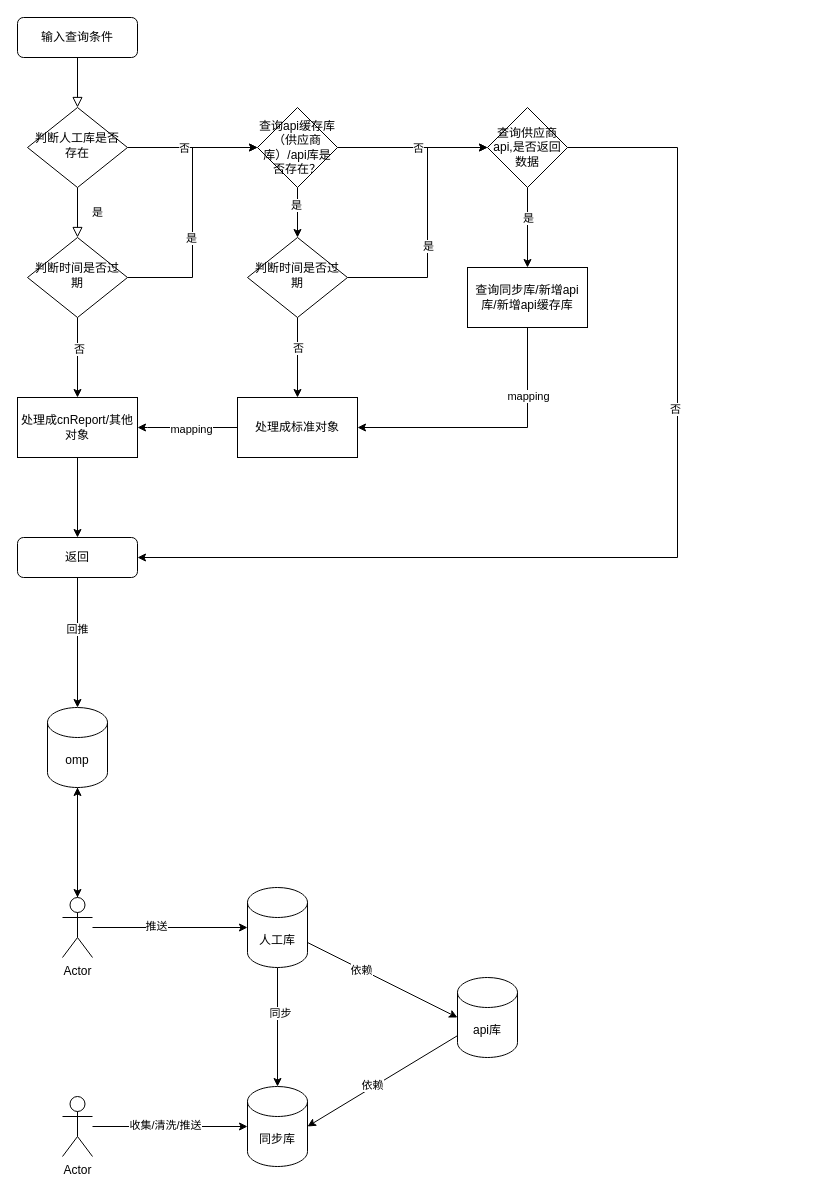
Above: 流程图/大数据.drawio in lq460541033/draw_dev (draw.io), before the change. Source tidied: cells renumbered, new cells numbered last; positions are measured from the earlier drawing's top-left corner, leaving out a move shared by most shapes. Both pictures are drawn from the tidied source at 100%, with x=0, y=0 at pixel (17, 17).
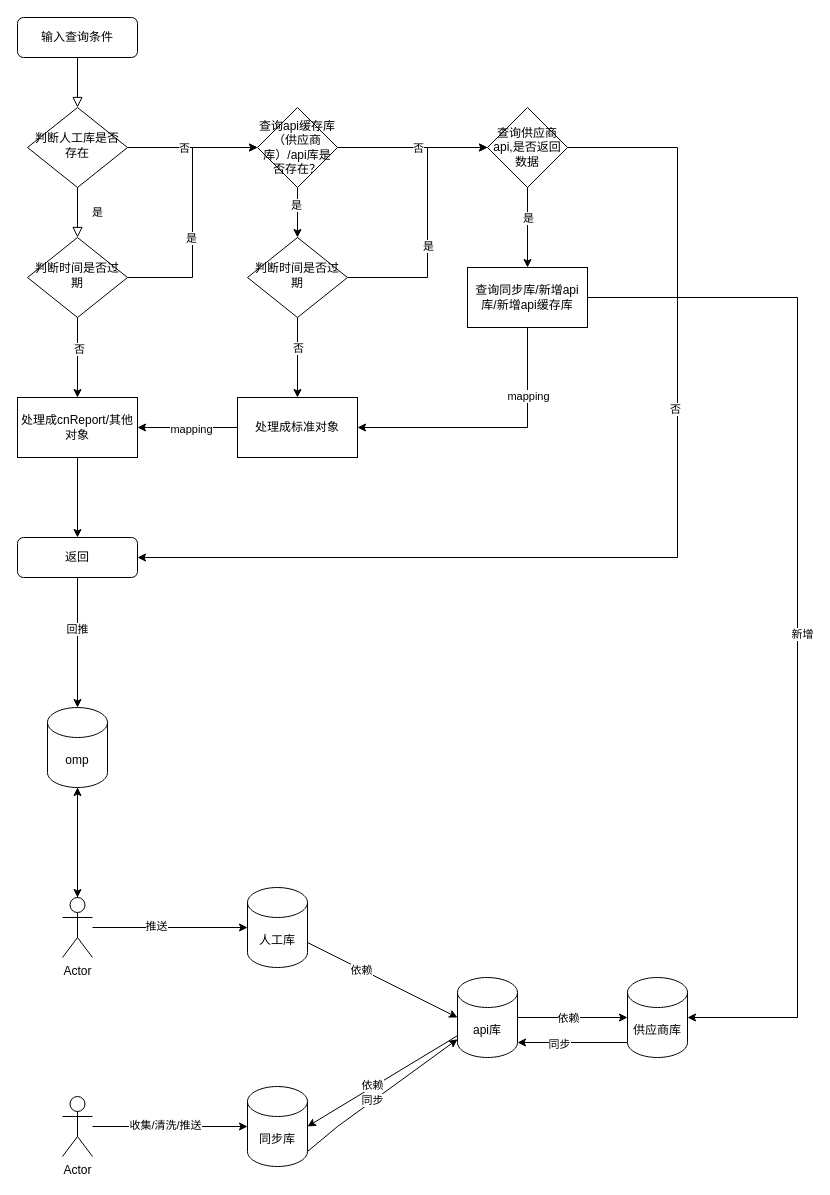
The same page after the edit.

Unchanged cells that the change refers to:
```xml
<mxCell id="38" value="&lt;span&gt;查询同步库/新增api库/新增api缓存库&lt;/span&gt;" style="rounded=0;whiteSpace=wrap;html=1;" parent="1" vertex="1">
  <mxGeometry x="450" y="250" width="120" height="60" as="geometry" />
</mxCell>
<mxCell id="49" value="人工库" style="shape=cylinder3;whiteSpace=wrap;html=1;boundedLbl=1;backgroundOutline=1;size=15;" parent="1" vertex="1">
  <mxGeometry x="230" y="870" width="60" height="80" as="geometry" />
</mxCell>
<mxCell id="52" value="api库" style="shape=cylinder3;whiteSpace=wrap;html=1;boundedLbl=1;backgroundOutline=1;size=15;" parent="1" vertex="1">
  <mxGeometry x="440" y="960" width="60" height="80" as="geometry" />
</mxCell>
<mxCell id="53" value="同步库" style="shape=cylinder3;whiteSpace=wrap;html=1;boundedLbl=1;backgroundOutline=1;size=15;" parent="1" vertex="1">
  <mxGeometry x="230" y="1069" width="60" height="80" as="geometry" />
</mxCell>
```

Diff of the diagram source:
```diff
@@
+    <mxCell id="57" style="edgeStyle=orthogonalEdgeStyle;rounded=0;jettySize=auto;html=1;entryX=1;entryY=0.5;entryDx=0;entryDy=0;entryPerimeter=0;" parent="1" edge="1" source="38" target="65">
+      <mxGeometry relative="1" as="geometry">
+        <Array as="points">
+          <mxPoint x="780" y="280" />
+          <mxPoint x="780" y="1000" />
+        </Array>
+      </mxGeometry>
+    </mxCell>
+    <mxCell id="58" value="新增" style="edgeLabel;html=1;align=center;verticalAlign=middle;" parent="57" vertex="1">
+      <mxGeometry x="0.05" y="4" relative="1" as="geometry" />
+    </mxCell>
@@
-    <mxCell id="45" style="edgeStyle=orthogonalEdgeStyle;rounded=0;jettySize=auto;html=1;entryX=0.5;entryY=0;entryDx=0;entryDy=0;entryPerimeter=0;" parent="1" edge="1" source="49" target="53">
-      <mxGeometry relative="1" as="geometry" />
-    </mxCell>
-    <mxCell id="46" value="同步" style="edgeLabel;html=1;align=center;verticalAlign=middle;" parent="45" vertex="1">
-      <mxGeometry x="-0.25" y="2" relative="1" as="geometry" />
-    </mxCell>
@@
+    <mxCell id="59" style="edgeStyle=none;rounded=0;jettySize=auto;html=1;" parent="1" edge="1" source="52" target="65">
+      <mxGeometry relative="1" as="geometry" />
+    </mxCell>
+    <mxCell id="60" value="依赖" style="edgeLabel;html=1;align=center;verticalAlign=middle;" parent="59" vertex="1">
+      <mxGeometry x="0.47" relative="1" as="geometry">
+        <mxPoint x="-31" as="offset" />
+      </mxGeometry>
+    </mxCell>
@@
+    <mxCell id="61" style="rounded=0;jettySize=auto;html=1;exitX=1;exitY=1;exitDx=0;exitDy=-15;exitPerimeter=0;" parent="1" edge="1" source="53" target="52">
+      <mxGeometry relative="1" as="geometry">
+        <Array as="points">
+          <mxPoint x="320" y="1109" />
+        </Array>
+      </mxGeometry>
+    </mxCell>
+    <mxCell id="62" value="同步" style="edgeLabel;html=1;align=center;verticalAlign=middle;" parent="61" vertex="1">
+      <mxGeometry x="-0.12" y="1" relative="1" as="geometry" />
+    </mxCell>
@@
+    <mxCell id="63" style="edgeStyle=orthogonalEdgeStyle;rounded=0;jettySize=auto;html=1;exitX=0;exitY=1;exitDx=0;exitDy=-15;exitPerimeter=0;entryX=1;entryY=1;entryDx=0;entryDy=-15;entryPerimeter=0;" parent="1" edge="1" source="65" target="52">
+      <mxGeometry relative="1" as="geometry" />
+    </mxCell>
+    <mxCell id="64" value="同步" style="edgeLabel;html=1;align=center;verticalAlign=middle;" parent="63" vertex="1">
+      <mxGeometry x="0.25" y="1" relative="1" as="geometry" />
+    </mxCell>
+    <mxCell id="65" value="供应商库" style="shape=cylinder3;whiteSpace=wrap;html=1;boundedLbl=1;backgroundOutline=1;size=15;" parent="1" vertex="1">
+      <mxGeometry x="610" y="960" width="60" height="80" as="geometry" />
+    </mxCell>
```
